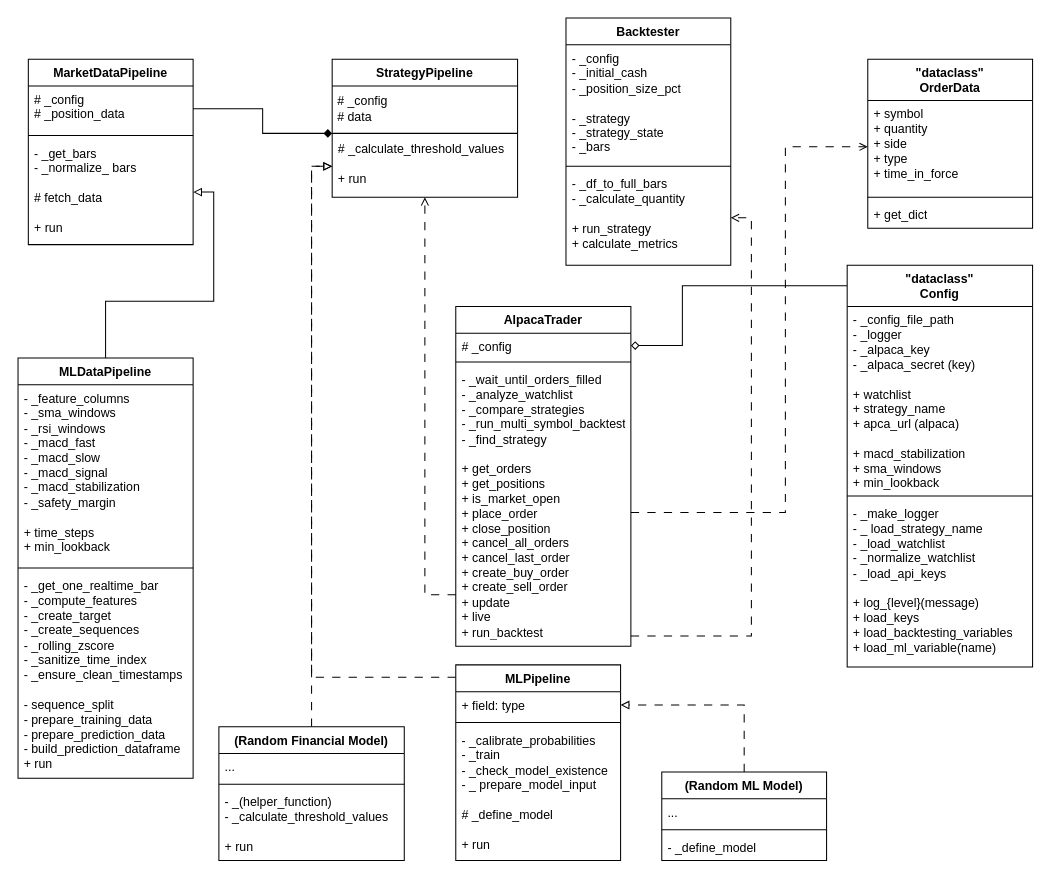
The draw.io diagram figures/backend_design.drawio in MiladTootoonchi/Live-Trading-Platform, before the edit. Source tidied: cells renumbered, new cells numbered last; positions are measured from the earlier drawing's top-left corner, leaving out a move shared by most shapes. Both pictures are drawn from the tidied source at 103%, with x=0, y=0 at pixel (18, 18).
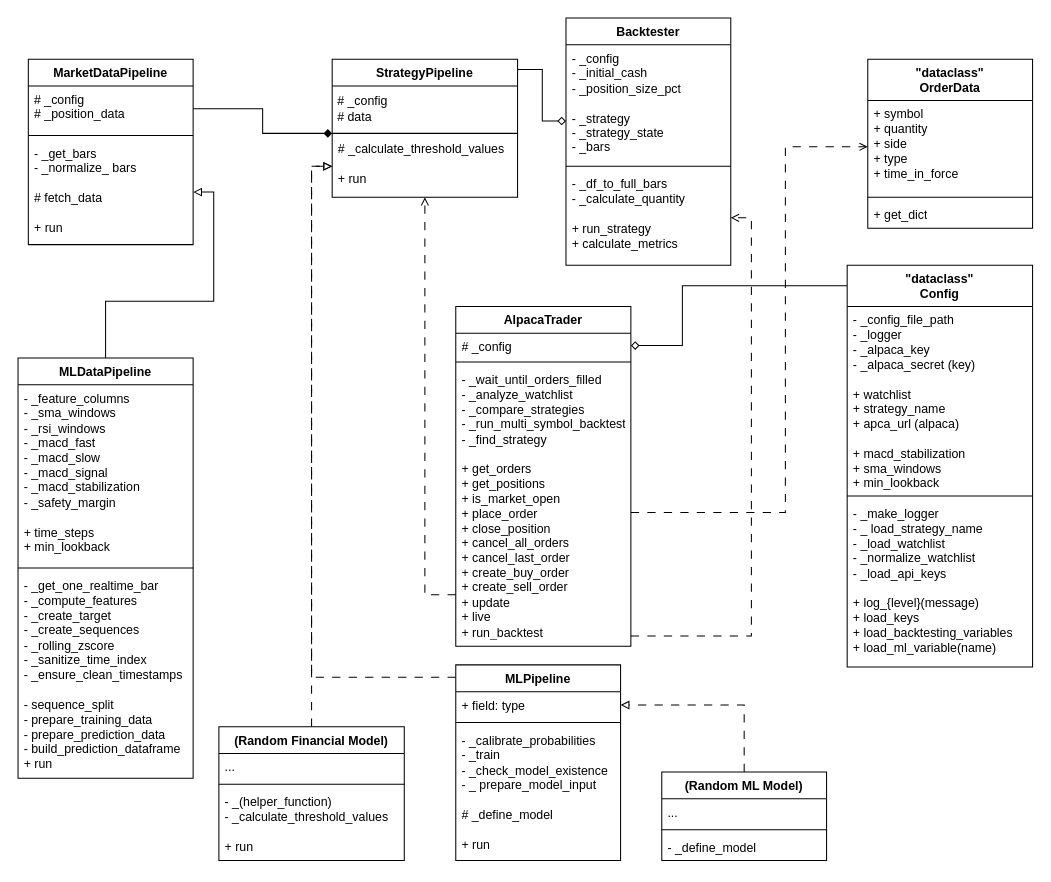
Above is the later version.

Commit message:
added arrow from strategypipeline to backtester (Aggregation since strategy object is passed in and then saved inside backtester))

Unchanged cells that the change refers to:
```xml
<mxCell id="16" value="StrategyPipeline" style="swimlane;fontStyle=1;align=center;verticalAlign=top;horizontal=1;startSize=26;whiteSpace=wrap;html=1;" parent="1" vertex="1">
  <mxGeometry x="305" y="40" width="180" height="134" as="geometry" />
</mxCell>
<mxCell id="42" value="&lt;div&gt;- _config&lt;/div&gt;&lt;div&gt;&lt;div&gt;- _initial_cash&lt;/div&gt;&lt;div&gt;- _position_size_pct&lt;/div&gt;&lt;/div&gt;&lt;div&gt;&lt;br&gt;&lt;/div&gt;&lt;div&gt;- _strategy&lt;/div&gt;&lt;div&gt;- _strategy_state&lt;/div&gt;&lt;div&gt;- _bars&lt;/div&gt;" style="text;strokeColor=none;fillColor=none;align=left;verticalAlign=top;spacingLeft=4;spacingRight=4;overflow=hidden;points=[[0,0.5],[1,0.5]];portConstraint=eastwest;whiteSpace=wrap;html=1;" parent="41" vertex="1">
  <mxGeometry y="26" width="160" height="114" as="geometry" />
</mxCell>
```

Change to the diagram source:
```diff
@@
+    <mxCell id="51" style="edgeStyle=orthogonalEdgeStyle;rounded=0;jettySize=auto;html=1;endArrow=diamond;endFill=0;" parent="1" edge="1" source="16" target="42">
+      <mxGeometry relative="1" as="geometry">
+        <Array as="points">
+          <mxPoint x="509" y="50" />
+          <mxPoint x="509" y="100" />
+        </Array>
+      </mxGeometry>
+    </mxCell>
```
